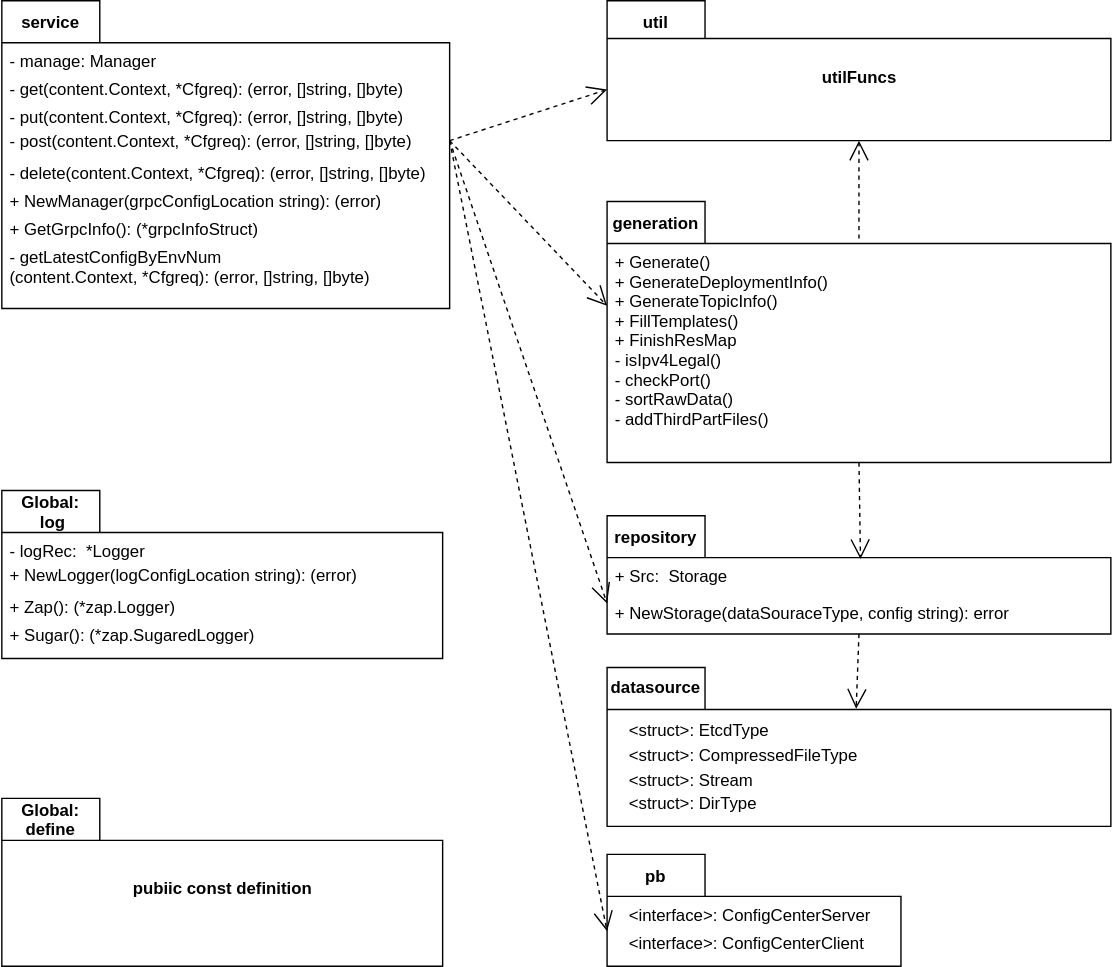
dalgorithm-bastar/configer keeps this draw.io diagram as docs/images/概设/包图.svg. Above is the earlier version. Source tidied: cells renumbered, new cells last; positions are measured from the earlier drawing's top-left corner, leaving out a move shared by most shapes.
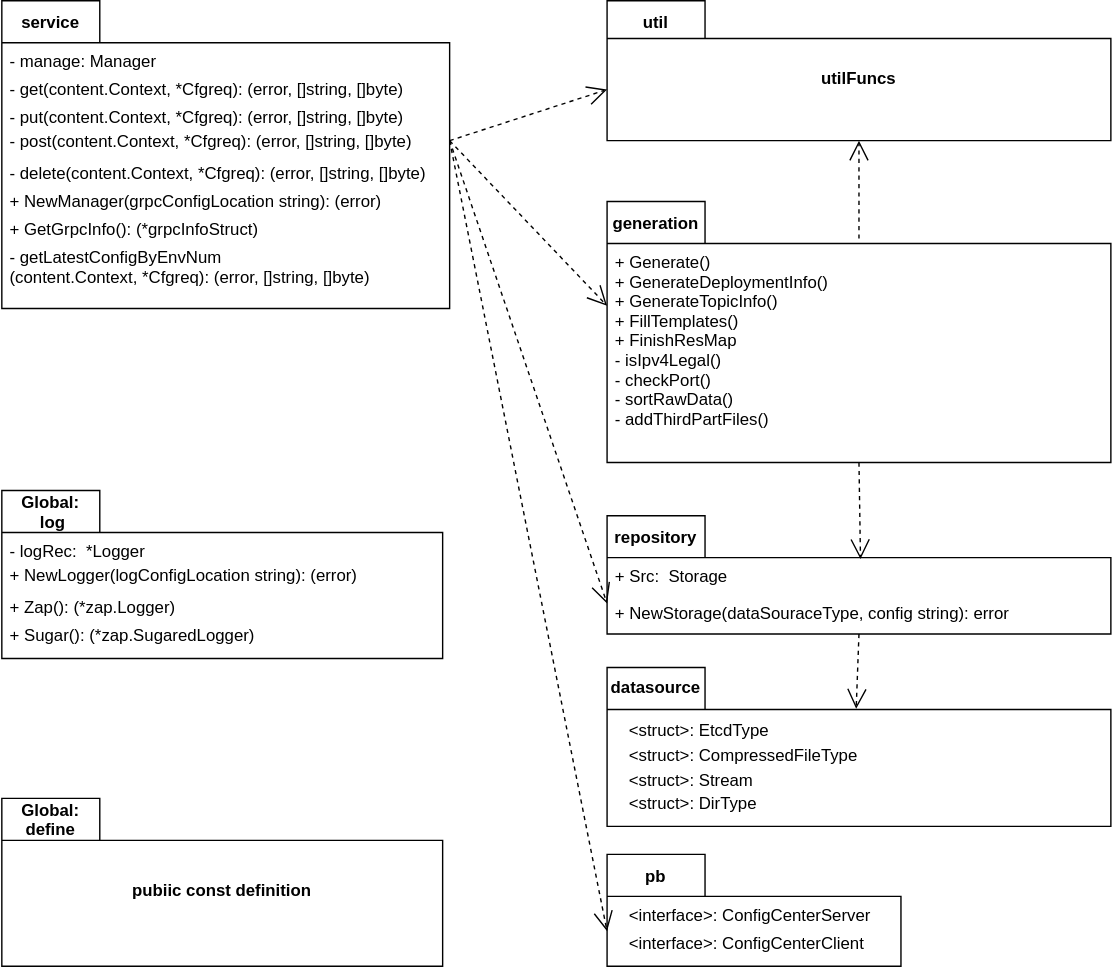
After the change.

Change to the diagram source:
```diff
@@ -59,7 +59,7 @@
     <mxCell id="20" value="+ NewStorage(dataSouraceType, config string): error" style="text;strokeColor=none;fillColor=none;align=left;verticalAlign=top;spacingLeft=4;spacingRight=4;overflow=hidden;points=[[0,0.5],[1,0.5]];portConstraint=eastwest;" parent="1" vertex="1">
       <mxGeometry x="432" y="424" width="320" height="26" as="geometry" />
     </mxCell>
-    <mxCell id="21" value="utilFuncs" style="shape=folder;fontStyle=1;spacingTop=10;tabWidth=70;tabHeight=27;tabPosition=left;html=1;" parent="1" vertex="1">
+    <mxCell id="21" value="utilFuncs" style="shape=folder;fontStyle=1;spacingTop=10;tabWidth=70;tabHeight=27;tabPosition=left;" parent="1" vertex="1">
       <mxGeometry x="432" width="360" height="100" as="geometry" />
     </mxCell>
     <mxCell id="22" value="util" style="text;align=center;fontStyle=1;verticalAlign=middle;spacingLeft=3;spacingRight=3;strokeColor=none;" parent="1" vertex="1">
@@ -121,7 +121,7 @@
     <mxCell id="40" value="&lt;struct&gt;: CompressedFileType" style="text;strokeColor=none;fillColor=none;align=left;verticalAlign=top;spacingLeft=4;spacingRight=4;overflow=hidden;" parent="1" vertex="1">
       <mxGeometry x="442" y="525.5" width="190" height="26" as="geometry" />
     </mxCell>
-    <mxCell id="41" value="pubiic const definition" style="shape=folder;fontStyle=1;spacingTop=10;tabWidth=70;tabHeight=30;tabPosition=left;html=1;" parent="1" vertex="1">
+    <mxCell id="41" value="pubiic const definition" style="shape=folder;fontStyle=1;spacingTop=10;tabWidth=70;tabHeight=30;tabPosition=left;" parent="1" vertex="1">
       <mxGeometry x="-0.5" y="570" width="315" height="120" as="geometry" />
     </mxCell>
     <mxCell id="42" value="Global: &#10;define" style="text;align=center;fontStyle=1;verticalAlign=middle;spacingLeft=3;spacingRight=3;strokeColor=none;" parent="1" vertex="1">
```
